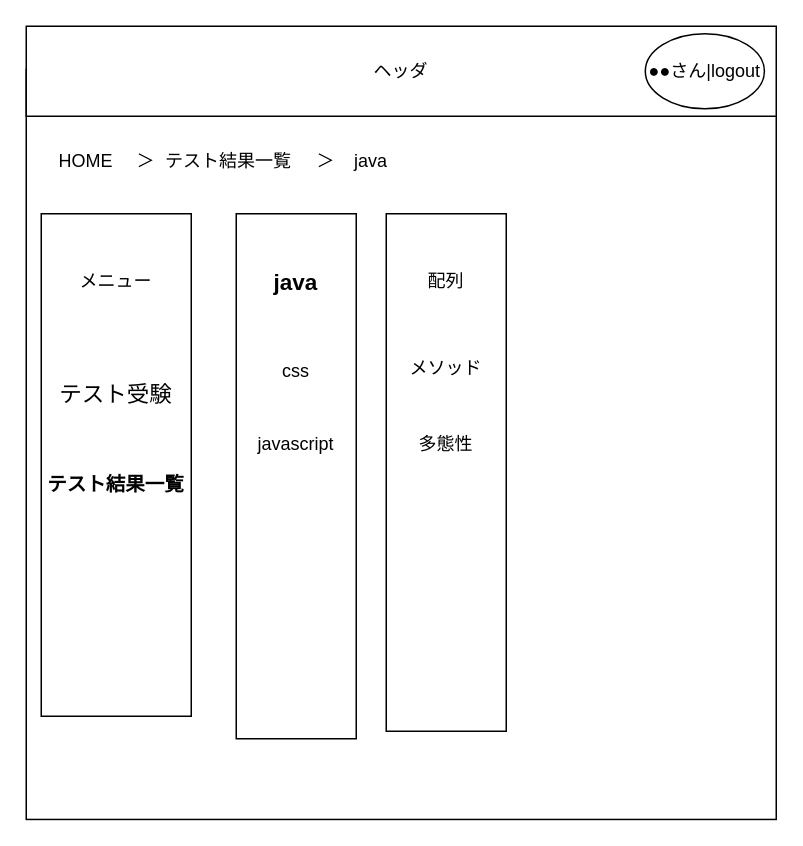
The draw.io diagram 外部設計DRAWIO/3.0テスト結果一覧画面.drawio in DOJO-2021/A-3, before the edit. Source tidied: cells renumbered, new cells numbered last; positions are measured from the earlier drawing's top-left corner, leaving out a move shared by most shapes. Both pictures are drawn from the tidied source at 150%, with x=0, y=0 at pixel (26, 26). Pictures stored in the file or linked from it are replaced by grey dashed boxes.
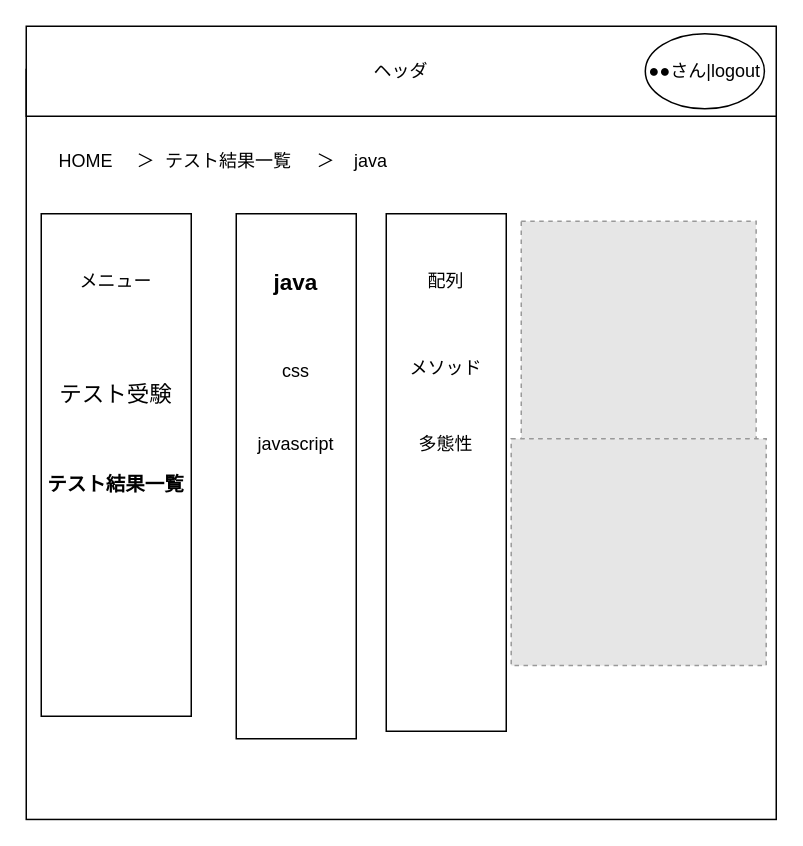
Above is the later version.

What changed in the source:
```diff
@@
+    <mxCell id="23" style="fillColor=#E6E6E6;strokeColor=#999999;dashed=1;verticalLabelPosition=bottom;labelBackgroundColor=#ffffff;verticalAlign=top;" parent="1" vertex="1">
+      <mxGeometry x="330" y="130" width="156.6" height="145" as="geometry" />
+    </mxCell>
+    <mxCell id="24" style="fillColor=#E6E6E6;strokeColor=#999999;dashed=1;verticalLabelPosition=bottom;labelBackgroundColor=#ffffff;verticalAlign=top;" parent="1" vertex="1">
+      <mxGeometry x="323.3" y="275" width="170" height="151.2" as="geometry" />
+    </mxCell>
```
